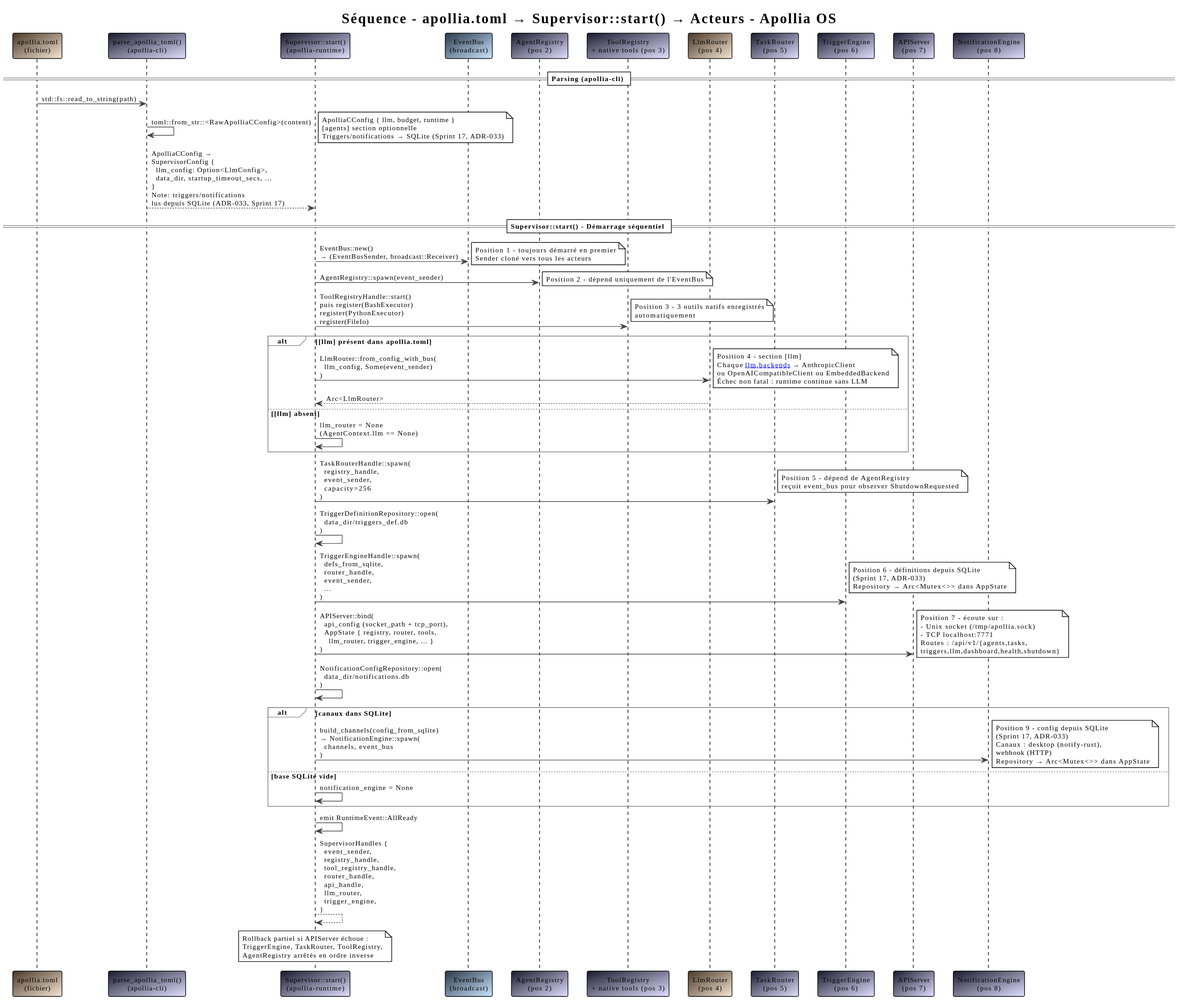
Before: book/src/appendix-a-diagrams/seq-config-to-actors.svg, a diagram exported from PlantUML (nidal-z/apollia-os).
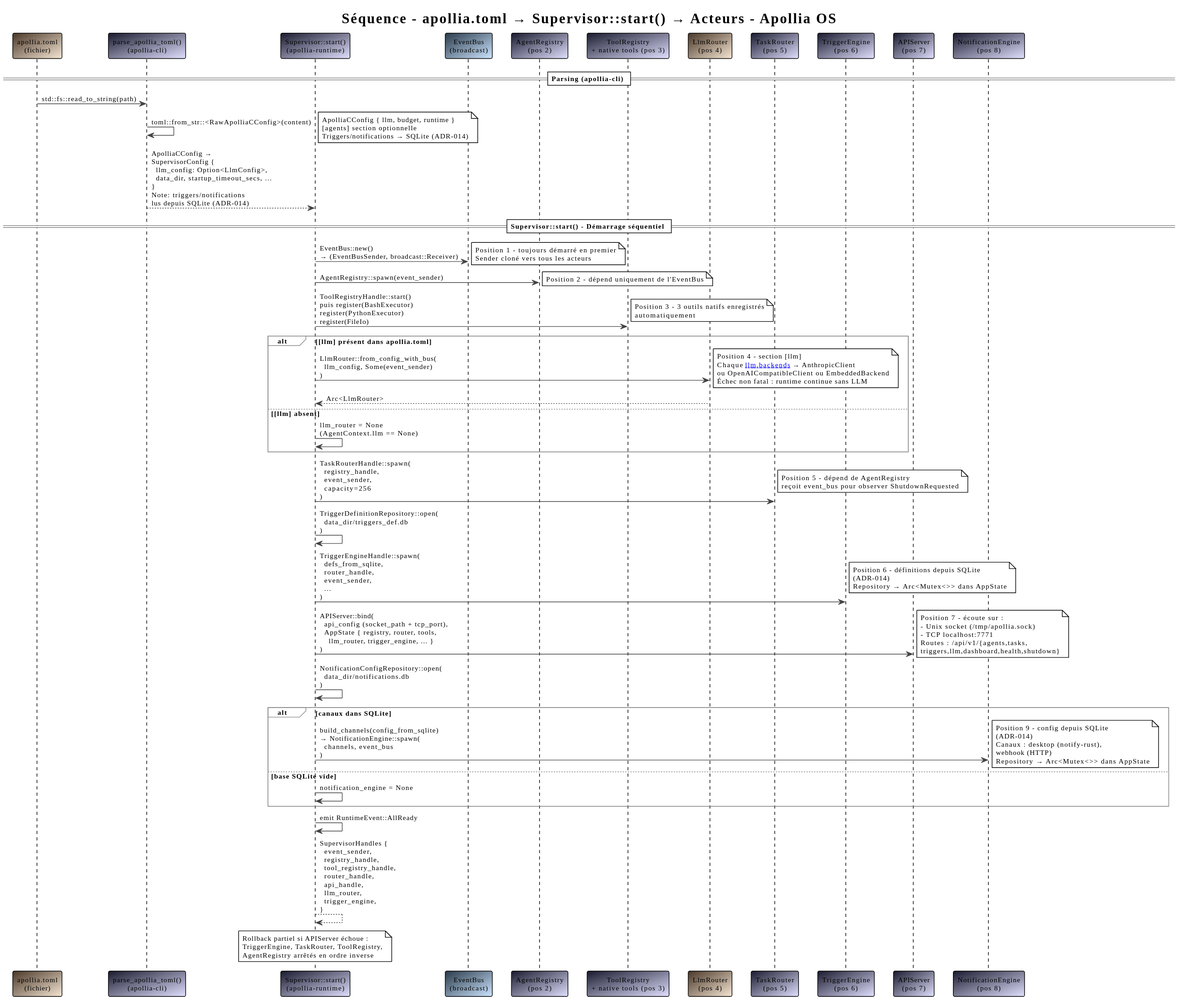
After the change.

What changed in the source:
```diff
@@ -26,9 +26,9 @@
 
 toml -> cfg : std::fs::read_to_string(path)
 cfg -> cfg : toml::from_str::<RawApolliaCConfig>(content)
-note right : ApolliaCConfig { llm, budget, runtime }\n[agents] section optionnelle\nTriggers/notifications → SQLite (Sprint 17, ADR-033)
+note right : ApolliaCConfig { llm, budget, runtime }\n[agents] section optionnelle\nTriggers/notifications → SQLite (ADR-014)
 
-cfg --> sup : ApolliaCConfig →\nSupervisorConfig {\n  llm_config: Option<LlmConfig>,\n  data_dir, startup_timeout_secs, ...\n}\nNote: triggers/notifications\nlus depuis SQLite (ADR-033, Sprint 17)
+cfg --> sup : ApolliaCConfig →\nSupervisorConfig {\n  llm_config: Option<LlmConfig>,\n  data_dir, startup_timeout_secs, ...\n}\nNote: triggers/notifications\nlus depuis SQLite (ADR-014)
 
 == Supervisor::start() - Démarrage séquentiel ==
 
@@ -54,7 +54,7 @@
 
 sup -> sup : TriggerDefinitionRepository::open(\n  data_dir/triggers_def.db\n)
 sup -> trig : TriggerEngineHandle::spawn(\n  defs_from_sqlite,\n  router_handle,\n  event_sender,\n  ...\n)
-note right : Position 6 - définitions depuis SQLite\n(Sprint 17, ADR-033)\nRepository → Arc<Mutex<>> dans AppState
+note right : Position 6 - définitions depuis SQLite\n(ADR-014)\nRepository → Arc<Mutex<>> dans AppState
 
 sup -> api : APIServer::bind(\n  api_config (socket_path + tcp_port),\n  AppState { registry, router, tools,\n    llm_router, trigger_engine, ... }\n)
 note right : Position 7 - écoute sur :\n- Unix socket (/tmp/apollia.sock)\n- TCP localhost:7771\nRoutes : /api/v1/{agents,tasks,\ntriggers,llm,dashboard,health,shutdown}
@@ -62,7 +62,7 @@
 sup -> sup : NotificationConfigRepository::open(\n  data_dir/notifications.db\n)
 alt canaux dans SQLite
   sup -> notif : build_channels(config_from_sqlite)\n→ NotificationEngine::spawn(\n  channels, event_bus\n)
-  note right : Position 9 - config depuis SQLite\n(Sprint 17, ADR-033)\nCanaux : desktop (notify-rust),\nwebhook (HTTP)\nRepository → Arc<Mutex<>> dans AppState
+  note right : Position 9 - config depuis SQLite\n(ADR-014)\nCanaux : desktop (notify-rust),\nwebhook (HTTP)\nRepository → Arc<Mutex<>> dans AppState
 else base SQLite vide
   sup -> sup : notification_engine = None
 end
```
